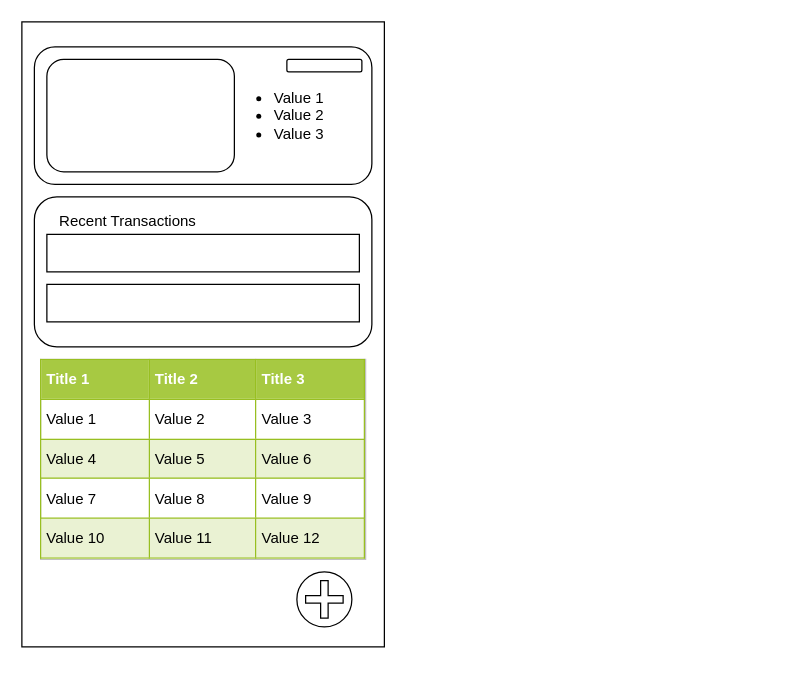
This is expense tracker.drawio from pavantamidala/yt-video-diagrams, a draw.io file, before an edit. Source tidied: cells renumbered, new cells numbered last; positions are measured from the earlier drawing's top-left corner, leaving out a move shared by most shapes. Both pictures are drawn from the tidied source at 125%, with x=0, y=0 at pixel (21, 21).
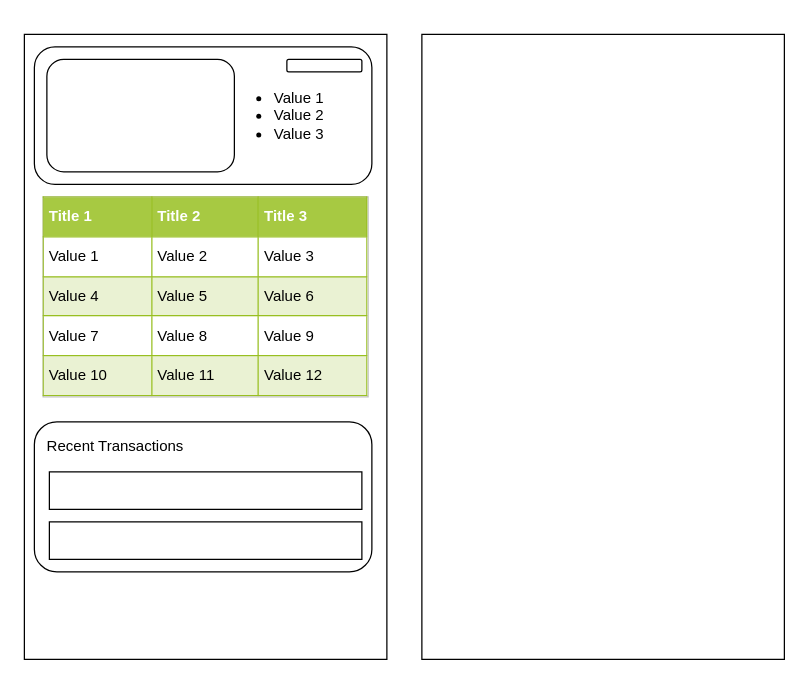
The same diagram, later.

The edit, as a diff of the source:
```diff
@@
 <mxGraphModel>
   <root>
     <mxCell id="0" />
     <mxCell id="1" parent="0" />
     <mxCell id="2" style="rounded=0;whiteSpace=wrap;html=1;" parent="1" vertex="1">
-      <mxGeometry width="290" height="500" as="geometry" />
+      <mxGeometry x="2" y="10" width="290" height="500" as="geometry" />
     </mxCell>
     <mxCell id="3" style="ellipse;whiteSpace=wrap;html=1;" parent="1" vertex="1">
-      <mxGeometry x="220" y="440" width="44" height="44" as="geometry" />
+      <mxGeometry x="212" y="390" width="44" height="44" as="geometry" />
     </mxCell>
     <mxCell id="4" style="shape=cross;whiteSpace=wrap;html=1;size=0.2;" parent="1" vertex="1">
-      <mxGeometry x="227" y="447" width="30" height="30" as="geometry" />
+      <mxGeometry x="219" y="397" width="51" height="30" as="geometry" />
     </mxCell>
     <mxCell id="5" style="rounded=1;whiteSpace=wrap;html=1;" parent="1" vertex="1">
       <mxGeometry x="10" y="20" width="270" height="110" as="geometry" />
     </mxCell>
     <mxCell id="6" style="rounded=1;whiteSpace=wrap;html=1;" parent="1" vertex="1">
       <mxGeometry x="20" y="30" width="150" height="90" as="geometry" />
     </mxCell>
     <mxCell id="7" value="&lt;ul&gt;&lt;li&gt;Value 1&lt;/li&gt;&lt;li&gt;Value 2&lt;/li&gt;&lt;li&gt;Value 3&lt;/li&gt;&lt;/ul&gt;" style="text;strokeColor=none;fillColor=none;html=1;whiteSpace=wrap;verticalAlign=middle;overflow=hidden;" parent="1" vertex="1">
       <mxGeometry x="160" y="35" width="110" height="80" as="geometry" />
     </mxCell>
     <mxCell id="8" style="rounded=1;whiteSpace=wrap;html=1;" parent="1" vertex="1">
-      <mxGeometry x="10" y="140" width="270" height="120" as="geometry" />
+      <mxGeometry x="10" y="320" width="270" height="120" as="geometry" />
     </mxCell>
     <mxCell id="9" style="rounded=0;whiteSpace=wrap;html=1;" parent="1" vertex="1">
-      <mxGeometry x="20" y="170" width="250" height="30" as="geometry" />
+      <mxGeometry x="22" y="360" width="250" height="30" as="geometry" />
     </mxCell>
     <mxCell id="10" style="rounded=0;whiteSpace=wrap;html=1;" parent="1" vertex="1">
-      <mxGeometry x="20" y="210" width="250" height="30" as="geometry" />
+      <mxGeometry x="22" y="400" width="250" height="30" as="geometry" />
     </mxCell>
     <mxCell id="11" value="Recent Transactions" style="text;html=1;strokeColor=none;fillColor=none;align=center;verticalAlign=middle;whiteSpace=wrap;rounded=0;" parent="1" vertex="1">
-      <mxGeometry x="10" y="150" width="150" height="20" as="geometry" />
+      <mxGeometry y="330" width="150" height="20" as="geometry" />
     </mxCell>
     <mxCell id="12" style="rounded=1;whiteSpace=wrap;html=1;" parent="1" vertex="1">
       <mxGeometry x="212" y="30" width="60" height="10" as="geometry" />
     </mxCell>
     <mxCell id="13" value="&lt;table border=&quot;1&quot; width=&quot;100%&quot; height=&quot;100%&quot; cellpadding=&quot;4&quot; style=&quot;width:100%;height:100%;border-collapse:collapse;&quot;&gt;&lt;tr style=&quot;background-color:#A7C942;color:#ffffff;border:1px solid #98bf21;&quot;&gt;&lt;th align=&quot;left&quot;&gt;Title 1&lt;/th&gt;&lt;th align=&quot;left&quot;&gt;Title 2&lt;/th&gt;&lt;th align=&quot;left&quot;&gt;Title 3&lt;/th&gt;&lt;/tr&gt;&lt;tr style=&quot;border:1px solid #98bf21;&quot;&gt;&lt;td&gt;Value 1&lt;/td&gt;&lt;td&gt;Value 2&lt;/td&gt;&lt;td&gt;Value 3&lt;/td&gt;&lt;/tr&gt;&lt;tr style=&quot;background-color:#EAF2D3;border:1px solid #98bf21;&quot;&gt;&lt;td&gt;Value 4&lt;/td&gt;&lt;td&gt;Value 5&lt;/td&gt;&lt;td&gt;Value 6&lt;/td&gt;&lt;/tr&gt;&lt;tr style=&quot;border:1px solid #98bf21;&quot;&gt;&lt;td&gt;Value 7&lt;/td&gt;&lt;td&gt;Value 8&lt;/td&gt;&lt;td&gt;Value 9&lt;/td&gt;&lt;/tr&gt;&lt;tr style=&quot;background-color:#EAF2D3;border:1px solid #98bf21;&quot;&gt;&lt;td&gt;Value 10&lt;/td&gt;&lt;td&gt;Value 11&lt;/td&gt;&lt;td&gt;Value 12&lt;/td&gt;&lt;/tr&gt;&lt;/table&gt;" style="text;html=1;strokeColor=#c0c0c0;fillColor=#ffffff;overflow=fill;rounded=0;" parent="1" vertex="1">
-      <mxGeometry x="15" y="270" width="260" height="160" as="geometry" />
+      <mxGeometry x="17" y="140" width="260" height="160" as="geometry" />
     </mxCell>
+    <mxCell id="14" style="rounded=0;whiteSpace=wrap;html=1;" parent="1" vertex="1">
+      <mxGeometry x="320" y="10" width="290" height="500" as="geometry" />
+    </mxCell>
   </root>
 </mxGraphModel>
```
